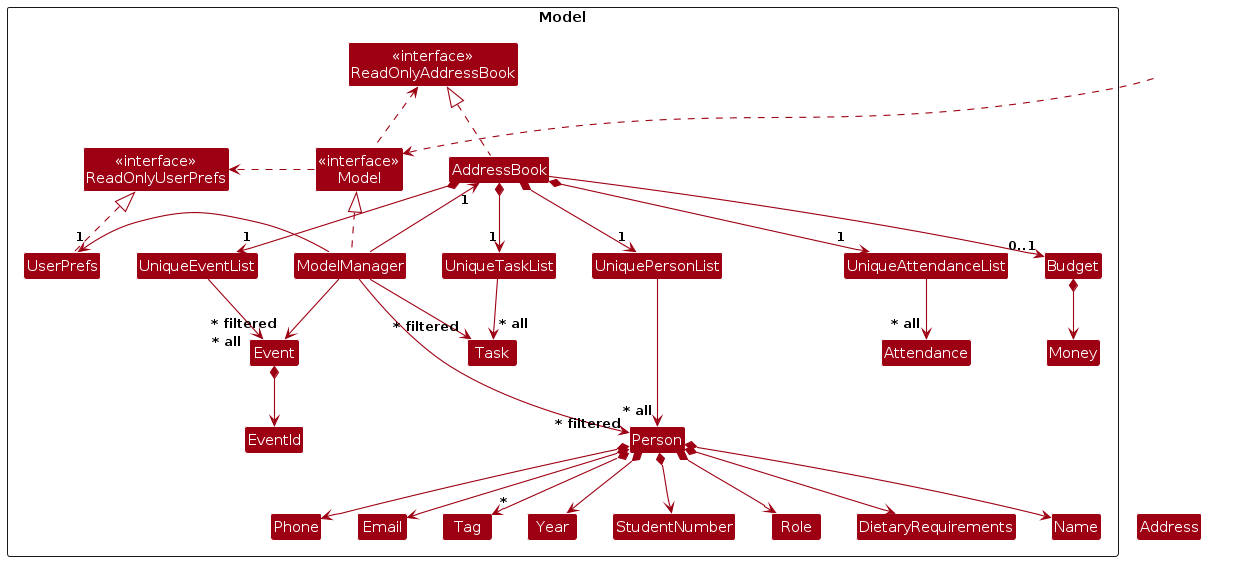
AY2526S1-CS2103T-T10-3/tp keeps this PlantUML diagram as diagrams/ModelClassDiagram.png. Above is the earlier version. Its source is kept beside it as diagrams/ModelClassDiagram.puml. Its diagram source:
```plantuml
@startuml
!include style.puml
skinparam arrowThickness 1.1
skinparam arrowColor MODEL_COLOR
skinparam classBackgroundColor MODEL_COLOR

Package Model as ModelPackage <<Rectangle>>{
Class "<<interface>>\nReadOnlyAddressBook" as ReadOnlyAddressBook
Class "<<interface>>\nReadOnlyUserPrefs" as ReadOnlyUserPrefs
Class "<<interface>>\nModel" as Model
Class AddressBook
Class ModelManager
Class UserPrefs

Class UniquePersonList
Class Person
Class Email
Class Name
Class Phone
Class Tag
Class Year
Class StudentNumber
Class Role
Class DietaryRequirements

Class UniqueEventList
Class Event
Class EventId

Class UniqueTaskList
Class Task

Class UniqueAttendanceList
Class Attendance

Class Budget
Class Money

Class I #FFFFFF
}

Class HiddenOutside #FFFFFF
HiddenOutside ..> Model

AddressBook .up.|> ReadOnlyAddressBook

ModelManager .up.|> Model
Model .right.> ReadOnlyUserPrefs
Model .left.> ReadOnlyAddressBook
ModelManager -left-> "1" AddressBook
ModelManager -right-> "1" UserPrefs
UserPrefs .up.|> ReadOnlyUserPrefs

AddressBook *--> "1" UniquePersonList
AddressBook *--> "1" UniqueEventList
AddressBook *--> "1" UniqueTaskList
AddressBook *--> "1" UniqueAttendanceList
AddressBook --> "0..1" Budget

UniquePersonList --> "~* all" Person
UniqueEventList --> "~* all" Event
UniqueTaskList --> "~* all" Task
UniqueAttendanceList --> "~* all" Attendance

Person *--> Name
Person *--> Year
Person *--> StudentNumber
Person *--> Email
Person *--> Phone
Person *--> DietaryRequirements
Person *--> Role
Person *--> "*" Tag

Event *--> EventId
Budget *--> Money

Person -[hidden]up--> I
UniquePersonList -[hidden]right-> I

Name -[hidden]right-> Phone
Phone -[hidden]right-> Address
Address -[hidden]right-> Email

ModelManager --> "~* filtered" Person
ModelManager --> "~* filtered" Event
ModelManager --> "~* filtered" Task
@enduml
```
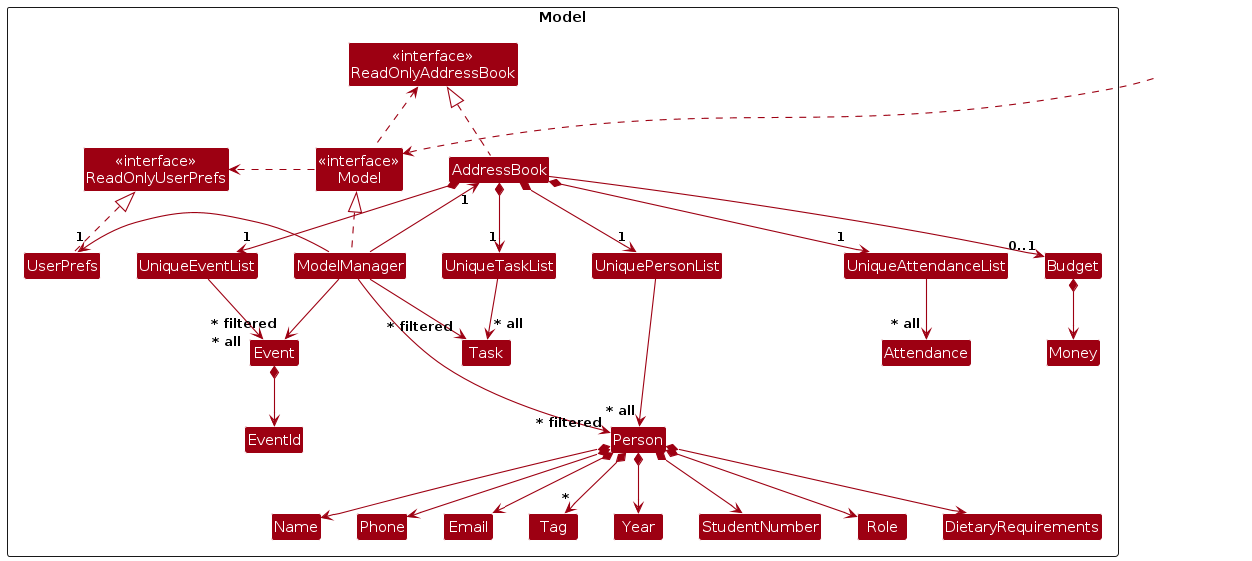
Later version of the same file.

The edit, as a diff of the source:
```diff
@@ -78,8 +78,6 @@
 UniquePersonList -[hidden]right-> I
 
 Name -[hidden]right-> Phone
-Phone -[hidden]right-> Address
-Address -[hidden]right-> Email
 
 ModelManager --> "~* filtered" Person
 ModelManager --> "~* filtered" Event
```
